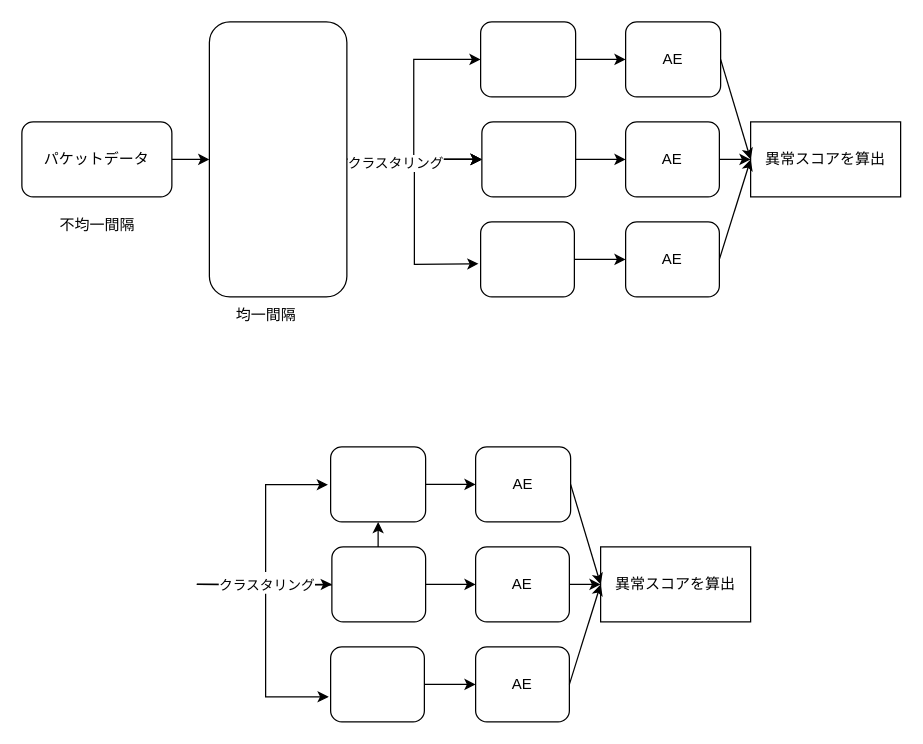
Before: kitsune.drawio in Rwatana/Rwatana.github.io, a draw.io diagram. Source tidied: cells renumbered, new cells numbered last; positions are measured from the earlier drawing's top-left corner, leaving out a move shared by most shapes. Both pictures are drawn from the tidied source at 125%, with x=0, y=0 at pixel (21, 21).
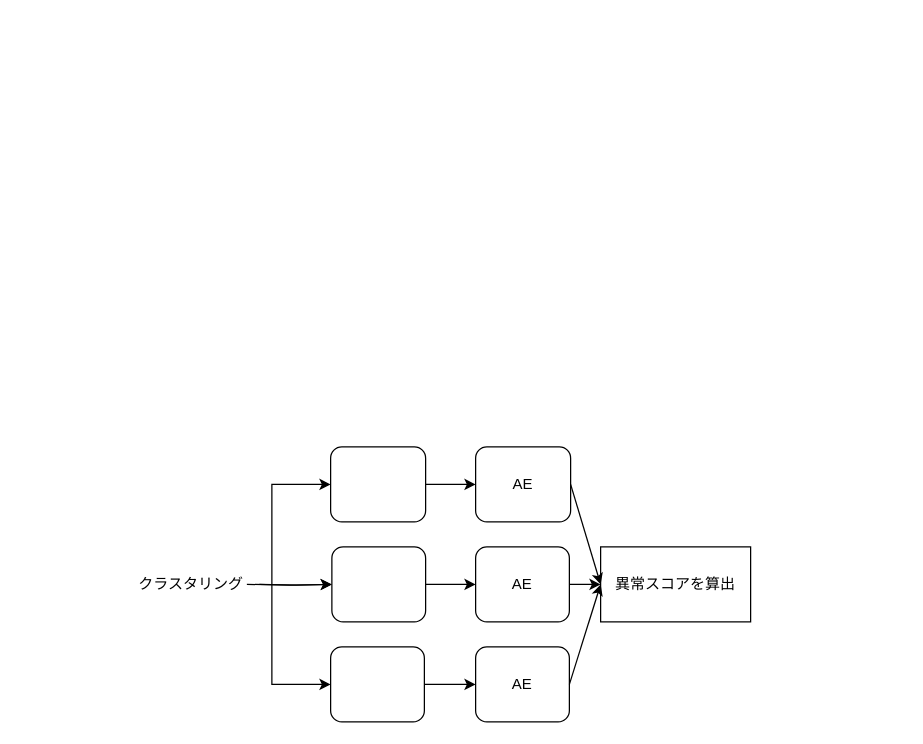
Above is the later version.

Commit message:
kitsune.drawio を更新します

The change refers to these unchanged cells:
```xml
<mxCell id="33" style="whiteSpace=wrap;html=1;rounded=1;" parent="1" vertex="1">
  <mxGeometry x="247" y="340" width="76" height="60" as="geometry" />
</mxCell>
<mxCell id="35" style="whiteSpace=wrap;html=1;rounded=1;" parent="1" vertex="1">
  <mxGeometry x="248" y="420" width="75" height="60" as="geometry" />
</mxCell>
<mxCell id="37" style="whiteSpace=wrap;html=1;rounded=1;" parent="1" vertex="1">
  <mxGeometry x="247" y="500" width="75" height="60" as="geometry" />
</mxCell>
```

What changed in the source:
```diff
@@
-    <mxCell id="2" style="edgeStyle=orthogonalEdgeStyle;rounded=0;jettySize=auto;html=1;" parent="1" edge="1" source="3" target="10">
-      <mxGeometry relative="1" as="geometry" />
-    </mxCell>
-    <mxCell id="3" value="パケットデータ" style="rounded=1;whiteSpace=wrap;html=1;" parent="1" vertex="1">
-      <mxGeometry y="80" width="120" height="60" as="geometry" />
-    </mxCell>
-    <mxCell id="4" style="edgeStyle=orthogonalEdgeStyle;rounded=0;jettySize=auto;html=1;" parent="1" edge="1" source="10" target="14">
-      <mxGeometry relative="1" as="geometry" />
-    </mxCell>
-    <mxCell id="5" style="edgeStyle=orthogonalEdgeStyle;rounded=0;jettySize=auto;html=1;" parent="1" edge="1" source="10" target="16">
-      <mxGeometry relative="1" as="geometry" />
-    </mxCell>
-    <mxCell id="6" style="edgeStyle=orthogonalEdgeStyle;rounded=0;jettySize=auto;html=1;" parent="1" edge="1" source="10" target="16">
-      <mxGeometry relative="1" as="geometry" />
-    </mxCell>
-    <mxCell id="7" style="edgeStyle=orthogonalEdgeStyle;rounded=0;jettySize=auto;html=1;" parent="1" edge="1" source="10" target="16">
-      <mxGeometry relative="1" as="geometry" />
-    </mxCell>
-    <mxCell id="8" style="edgeStyle=orthogonalEdgeStyle;rounded=0;jettySize=auto;html=1;" parent="1" edge="1" source="10" target="16">
-      <mxGeometry relative="1" as="geometry" />
-    </mxCell>
-    <mxCell id="9" value="クラスタリング" style="edgeLabel;html=1;align=center;verticalAlign=middle;" parent="8" vertex="1">
-      <mxGeometry x="-0.29" y="-2" relative="1" as="geometry" />
-    </mxCell>
-    <mxCell id="10" style="whiteSpace=wrap;html=1;rounded=1;" parent="1" vertex="1">
-      <mxGeometry x="150" width="110" height="220" as="geometry" />
-    </mxCell>
-    <mxCell id="11" value="不均一間隔" style="text;html=1;align=center;verticalAlign=middle;strokeColor=none;fillColor=none;" parent="1" vertex="1">
-      <mxGeometry x="20" y="148" width="80" height="30" as="geometry" />
-    </mxCell>
-    <mxCell id="12" value="均一間隔" style="text;html=1;align=center;verticalAlign=middle;strokeColor=none;fillColor=none;" parent="1" vertex="1">
-      <mxGeometry x="160" y="220" width="70" height="30" as="geometry" />
-    </mxCell>
-    <mxCell id="13" style="edgeStyle=orthogonalEdgeStyle;rounded=0;jettySize=auto;html=1;" parent="1" edge="1" source="14" target="19">
-      <mxGeometry relative="1" as="geometry" />
-    </mxCell>
-    <mxCell id="14" style="whiteSpace=wrap;html=1;rounded=1;" parent="1" vertex="1">
-      <mxGeometry x="367" width="76" height="60" as="geometry" />
-    </mxCell>
-    <mxCell id="15" style="edgeStyle=orthogonalEdgeStyle;rounded=0;jettySize=auto;html=1;" parent="1" edge="1" source="16" target="20">
-      <mxGeometry relative="1" as="geometry" />
-    </mxCell>
-    <mxCell id="16" style="whiteSpace=wrap;html=1;rounded=1;" parent="1" vertex="1">
-      <mxGeometry x="368" y="80" width="75" height="60" as="geometry" />
-    </mxCell>
-    <mxCell id="17" style="edgeStyle=orthogonalEdgeStyle;rounded=0;jettySize=auto;html=1;" parent="1" edge="1" source="18" target="21">
-      <mxGeometry relative="1" as="geometry" />
-    </mxCell>
-    <mxCell id="18" style="whiteSpace=wrap;html=1;rounded=1;" parent="1" vertex="1">
-      <mxGeometry x="367" y="160" width="75" height="60" as="geometry" />
-    </mxCell>
-    <mxCell id="19" value="AE" style="whiteSpace=wrap;html=1;rounded=1;" parent="1" vertex="1">
-      <mxGeometry x="483" width="76" height="60" as="geometry" />
-    </mxCell>
-    <mxCell id="20" value="AE" style="whiteSpace=wrap;html=1;rounded=1;" parent="1" vertex="1">
-      <mxGeometry x="483" y="80" width="75" height="60" as="geometry" />
-    </mxCell>
-    <mxCell id="21" value="AE" style="whiteSpace=wrap;html=1;rounded=1;" parent="1" vertex="1">
-      <mxGeometry x="483" y="160" width="75" height="60" as="geometry" />
-    </mxCell>
-    <mxCell id="22" value="異常スコアを算出" style="rounded=0;whiteSpace=wrap;html=1;" parent="1" vertex="1">
-      <mxGeometry x="583" y="80" width="120" height="60" as="geometry" />
-    </mxCell>
-    <mxCell id="23" style="endArrow=classic;html=1;rounded=0;exitX=1;exitY=0.5;exitDx=0;exitDy=0;entryX=0;entryY=0.5;entryDx=0;entryDy=0;" parent="1" edge="1" source="19" target="22">
-      <mxGeometry relative="1" as="geometry" />
-    </mxCell>
-    <mxCell id="24" style="endArrow=classic;html=1;rounded=0;exitX=1;exitY=0.5;exitDx=0;exitDy=0;entryX=0;entryY=0.5;entryDx=0;entryDy=0;" parent="1" edge="1" source="20" target="22">
-      <mxGeometry relative="1" as="geometry" />
-    </mxCell>
-    <mxCell id="25" style="endArrow=classic;html=1;rounded=0;exitX=1;exitY=0.5;exitDx=0;exitDy=0;entryX=0;entryY=0.5;entryDx=0;entryDy=0;" parent="1" edge="1" source="21" target="22">
-      <mxGeometry relative="1" as="geometry" />
-    </mxCell>
-    <mxCell id="26" style="endArrow=classic;html=1;rounded=0;entryX=-0.023;entryY=0.559;entryDx=0;entryDy=0;entryPerimeter=0;" parent="1" edge="1" target="18">
-      <mxGeometry relative="1" as="geometry">
-        <mxPoint x="314" y="120" as="sourcePoint" />
-        <Array as="points">
-          <mxPoint x="314" y="194" />
-        </Array>
-      </mxGeometry>
-    </mxCell>
-    <mxCell id="27" style="edgeStyle=orthogonalEdgeStyle;rounded=0;jettySize=auto;html=1;" parent="1" edge="1" target="33">
-      <mxGeometry relative="1" as="geometry">
-        <mxPoint x="140" y="450" as="sourcePoint" />
-      </mxGeometry>
-    </mxCell>
-    <mxCell id="28" style="edgeStyle=orthogonalEdgeStyle;rounded=0;jettySize=auto;html=1;" parent="1" edge="1" target="35">
-      <mxGeometry relative="1" as="geometry">
-        <mxPoint x="140" y="450" as="sourcePoint" />
-      </mxGeometry>
-    </mxCell>
-    <mxCell id="29" style="edgeStyle=orthogonalEdgeStyle;rounded=0;jettySize=auto;html=1;entryX=-0.028;entryY=0.504;entryDx=0;entryDy=0;entryPerimeter=0;" parent="1" edge="1" target="33">
-      <mxGeometry relative="1" as="geometry">
-        <mxPoint x="195" y="440" as="sourcePoint" />
-        <Array as="points">
-          <mxPoint x="195" y="370" />
-        </Array>
-      </mxGeometry>
-    </mxCell>
-    <mxCell id="30" style="edgeStyle=orthogonalEdgeStyle;rounded=0;jettySize=auto;html=1;entryX=-0.02;entryY=0.666;entryDx=0;entryDy=0;entryPerimeter=0;" parent="1" edge="1" target="37">
-      <mxGeometry relative="1" as="geometry">
-        <mxPoint x="140" y="450" as="sourcePoint" />
-        <Array as="points">
-          <mxPoint x="160" y="450" />
-          <mxPoint x="160" y="451" />
-          <mxPoint x="195" y="451" />
-          <mxPoint x="195" y="540" />
-        </Array>
-      </mxGeometry>
-    </mxCell>
-    <mxCell id="31" value="クラスタリング" style="edgeLabel;html=1;align=center;verticalAlign=middle;" parent="30" vertex="1">
-      <mxGeometry x="-0.29" y="-2" relative="1" as="geometry">
-        <mxPoint x="2" y="-14" as="offset" />
-      </mxGeometry>
-    </mxCell>
@@
+    <mxCell id="45" style="edgeStyle=orthogonalEdgeStyle;rounded=0;jettySize=auto;html=1;" parent="1" edge="1" target="35">
+      <mxGeometry relative="1" as="geometry">
+        <mxPoint x="190" y="450" as="sourcePoint" />
+      </mxGeometry>
+    </mxCell>
+    <mxCell id="46" style="edgeStyle=orthogonalEdgeStyle;rounded=0;jettySize=auto;html=1;" parent="1" edge="1" target="35">
+      <mxGeometry relative="1" as="geometry">
+        <mxPoint x="180" y="450" as="sourcePoint" />
+      </mxGeometry>
+    </mxCell>
+    <mxCell id="47" value="クラスタリング" style="text;html=1;align=center;verticalAlign=middle;strokeColor=none;fillColor=none;" parent="1" vertex="1">
+      <mxGeometry x="80" y="435" width="110" height="30" as="geometry" />
+    </mxCell>
+    <mxCell id="48" style="endArrow=classic;html=1;rounded=0;entryX=0;entryY=0.5;entryDx=0;entryDy=0;" parent="1" edge="1" target="33">
+      <mxGeometry relative="1" as="geometry">
+        <mxPoint x="200" y="450" as="sourcePoint" />
+        <Array as="points">
+          <mxPoint x="200" y="370" />
+        </Array>
+      </mxGeometry>
+    </mxCell>
+    <mxCell id="49" style="endArrow=classic;html=1;rounded=0;" parent="1" edge="1">
+      <mxGeometry relative="1" as="geometry">
+        <mxPoint x="200" y="450" as="sourcePoint" />
+        <mxPoint x="247" y="530" as="targetPoint" />
+        <Array as="points">
+          <mxPoint x="200" y="530" />
+        </Array>
+      </mxGeometry>
+    </mxCell>
```
